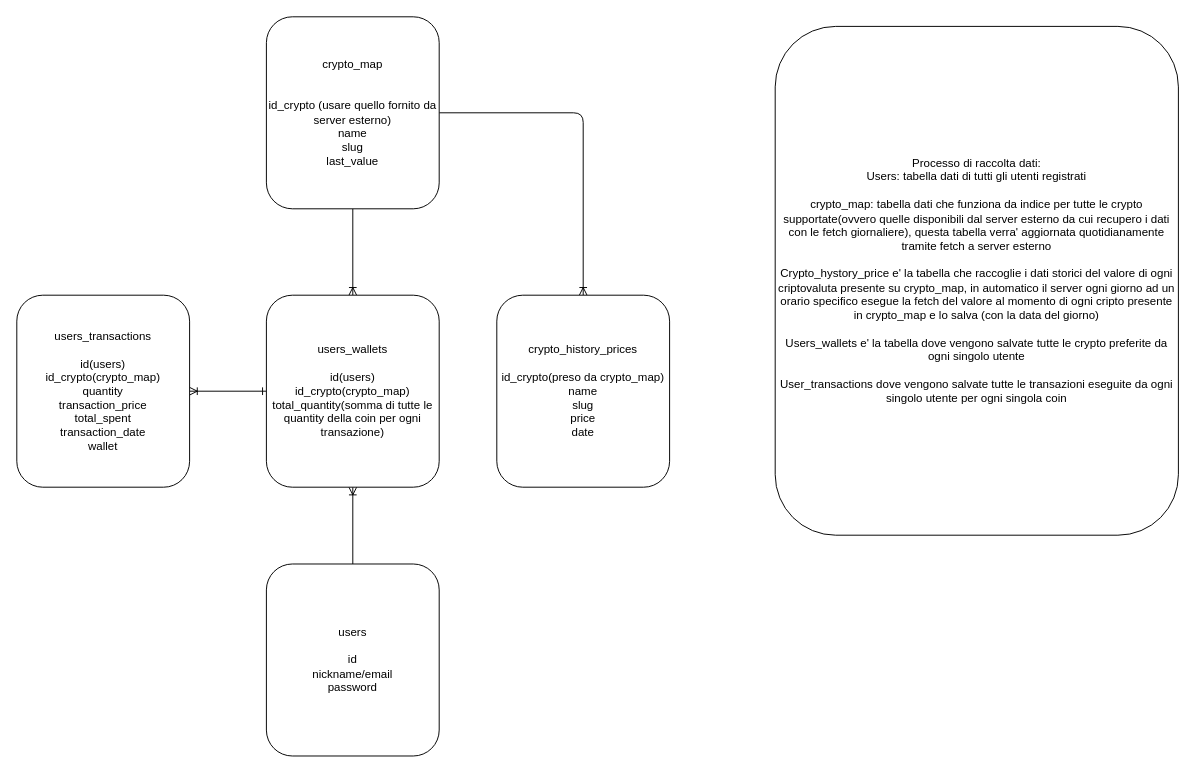
Above: backend/db.drawio in Mat-123/CrypTracker (draw.io), before the change. Source tidied: cells renumbered, new cells numbered last; positions are measured from the earlier drawing's top-left corner, leaving out a move shared by most shapes. Both pictures are drawn from the tidied source at 96%, with x=0, y=0 at pixel (16, 16).
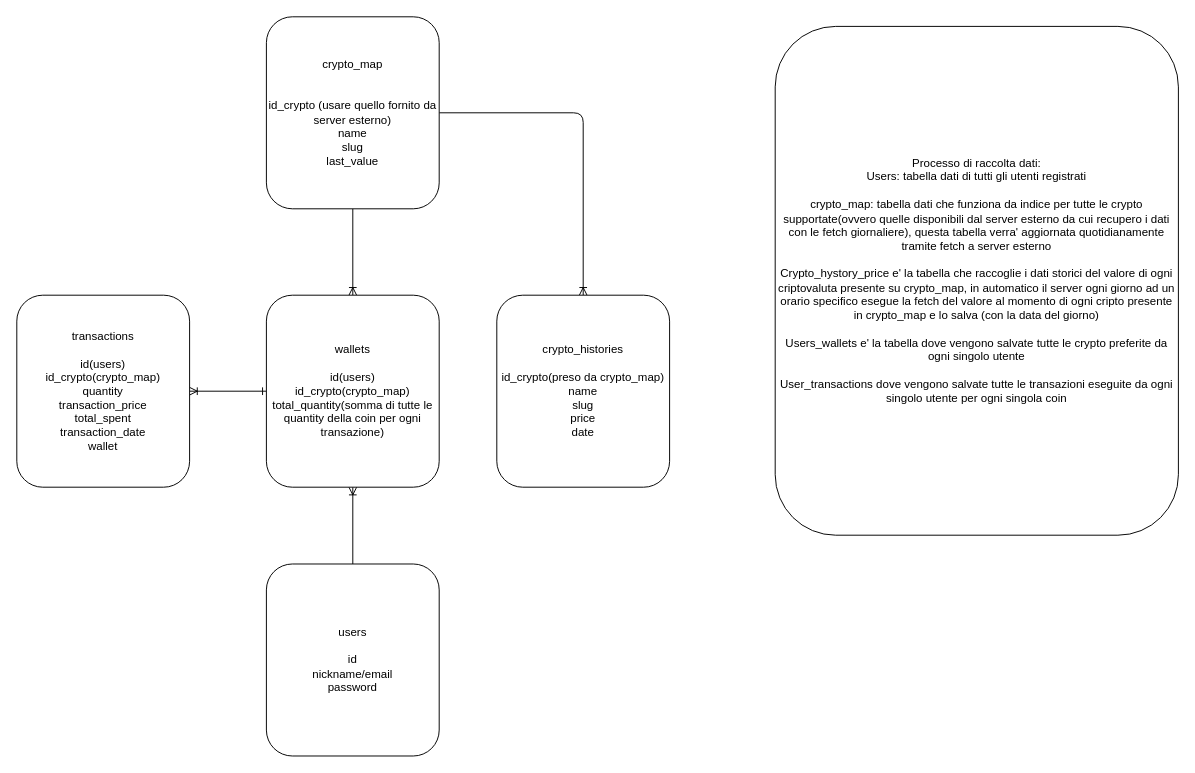
Above is the later version.

The edit, as a diff of the source:
```diff
@@
 <mxGraphModel>
   <root>
     <mxCell id="0" />
     <mxCell id="1" parent="0" />
     <mxCell id="2" style="edgeStyle=orthogonalEdgeStyle;html=1;entryX=0.5;entryY=1;entryDx=0;entryDy=0;endArrow=ERoneToMany;endFill=0;" parent="1" edge="1" source="4" target="11">
       <mxGeometry relative="1" as="geometry" />
     </mxCell>
     <mxCell id="3" style="edgeStyle=orthogonalEdgeStyle;html=1;entryX=0.5;entryY=1;entryDx=0;entryDy=0;endArrow=ERoneToMany;endFill=0;exitX=0.5;exitY=1;exitDx=0;exitDy=0;" parent="1" edge="1" source="10" target="10">
       <mxGeometry relative="1" as="geometry" />
     </mxCell>
     <mxCell id="4" value="users&lt;br&gt;&lt;br&gt;id&lt;br&gt;nickname/email&lt;br&gt;password" style="rounded=1;whiteSpace=wrap;html=1;" parent="1" vertex="1">
       <mxGeometry x="260" y="570" width="180" height="200" as="geometry" />
     </mxCell>
     <mxCell id="5" style="edgeStyle=orthogonalEdgeStyle;html=1;entryX=0.5;entryY=0;entryDx=0;entryDy=0;endArrow=ERoneToMany;endFill=0;" parent="1" edge="1" source="7" target="8">
       <mxGeometry relative="1" as="geometry" />
     </mxCell>
     <mxCell id="6" style="edgeStyle=orthogonalEdgeStyle;html=1;endArrow=ERoneToMany;endFill=0;" parent="1" edge="1" source="7" target="11">
       <mxGeometry relative="1" as="geometry" />
     </mxCell>
     <mxCell id="7" value="crypto_map&lt;br&gt;&lt;br&gt;&lt;br&gt;id_crypto (usare quello fornito da server esterno)&lt;br&gt;name&lt;br&gt;slug&lt;br&gt;last_value" style="rounded=1;whiteSpace=wrap;html=1;" parent="1" vertex="1">
       <mxGeometry x="260" width="180" height="200" as="geometry" />
     </mxCell>
-    <mxCell id="8" value="crypto_history_prices&lt;br&gt;&lt;br&gt;id_crypto(preso da crypto_map)&lt;br&gt;name&lt;br&gt;slug&lt;br&gt;price&lt;br&gt;date" style="rounded=1;whiteSpace=wrap;html=1;" parent="1" vertex="1">
+    <mxCell id="8" value="crypto_histories&lt;br&gt;&lt;br&gt;id_crypto(preso da crypto_map)&lt;br&gt;name&lt;br&gt;slug&lt;br&gt;price&lt;br&gt;date" style="rounded=1;whiteSpace=wrap;html=1;" parent="1" vertex="1">
       <mxGeometry x="500" y="290" width="180" height="200" as="geometry" />
     </mxCell>
     <mxCell id="9" style="edgeStyle=orthogonalEdgeStyle;html=1;endArrow=ERone;endFill=0;startArrow=ERoneToMany;startFill=0;" parent="1" edge="1" source="10" target="11">
       <mxGeometry relative="1" as="geometry" />
     </mxCell>
-    <mxCell id="10" value="users_transactions&lt;br&gt;&lt;br&gt;id(users)&lt;br&gt;id_crypto(crypto_map)&lt;br&gt;quantity&lt;br&gt;transaction_price&lt;br&gt;total_spent&lt;br&gt;transaction_date&lt;br&gt;wallet" style="rounded=1;whiteSpace=wrap;html=1;" parent="1" vertex="1">
+    <mxCell id="10" value="transactions&lt;br&gt;&lt;br&gt;id(users)&lt;br&gt;id_crypto(crypto_map)&lt;br&gt;quantity&lt;br&gt;transaction_price&lt;br&gt;total_spent&lt;br&gt;transaction_date&lt;br&gt;wallet" style="rounded=1;whiteSpace=wrap;html=1;" parent="1" vertex="1">
       <mxGeometry y="290" width="180" height="200" as="geometry" />
     </mxCell>
-    <mxCell id="11" value="users_wallets&lt;br&gt;&lt;br&gt;id(users)&lt;br&gt;id_crypto(crypto_map)&lt;br&gt;total_quantity(somma di tutte le quantity della coin per ogni transazione)" style="rounded=1;whiteSpace=wrap;html=1;" parent="1" vertex="1">
+    <mxCell id="11" value="wallets&lt;br&gt;&lt;br&gt;id(users)&lt;br&gt;id_crypto(crypto_map)&lt;br&gt;total_quantity(somma di tutte le quantity della coin per ogni transazione)" style="rounded=1;whiteSpace=wrap;html=1;" parent="1" vertex="1">
       <mxGeometry x="260" y="290" width="180" height="200" as="geometry" />
     </mxCell>
     <mxCell id="12" value="Processo di raccolta dati:&lt;br&gt;Users: tabella dati di tutti gli utenti registrati&lt;br&gt;&lt;br&gt;crypto_map: tabella dati che funziona da indice per tutte le crypto supportate(ovvero quelle disponibili dal server esterno da cui recupero i dati con le fetch giornaliere), questa tabella verra' aggiornata quotidianamente tramite fetch a server esterno&lt;br&gt;&lt;br&gt;Crypto_hystory_price e' la tabella che raccoglie i dati storici del valore di ogni criptovaluta presente su crypto_map, in automatico il server ogni giorno ad un orario specifico esegue la fetch del valore al momento di ogni cripto presente in crypto_map e lo salva (con la data del giorno)&lt;br&gt;&lt;br&gt;Users_wallets e' la tabella dove vengono salvate tutte le crypto preferite da ogni singolo utente&lt;br&gt;&lt;br&gt;User_transactions dove vengono salvate tutte le transazioni eseguite da ogni singolo utente per ogni singola coin" style="rounded=1;whiteSpace=wrap;html=1;" parent="1" vertex="1">
       <mxGeometry x="790" y="10" width="420" height="530" as="geometry" />
     </mxCell>
   </root>
 </mxGraphModel>
```
